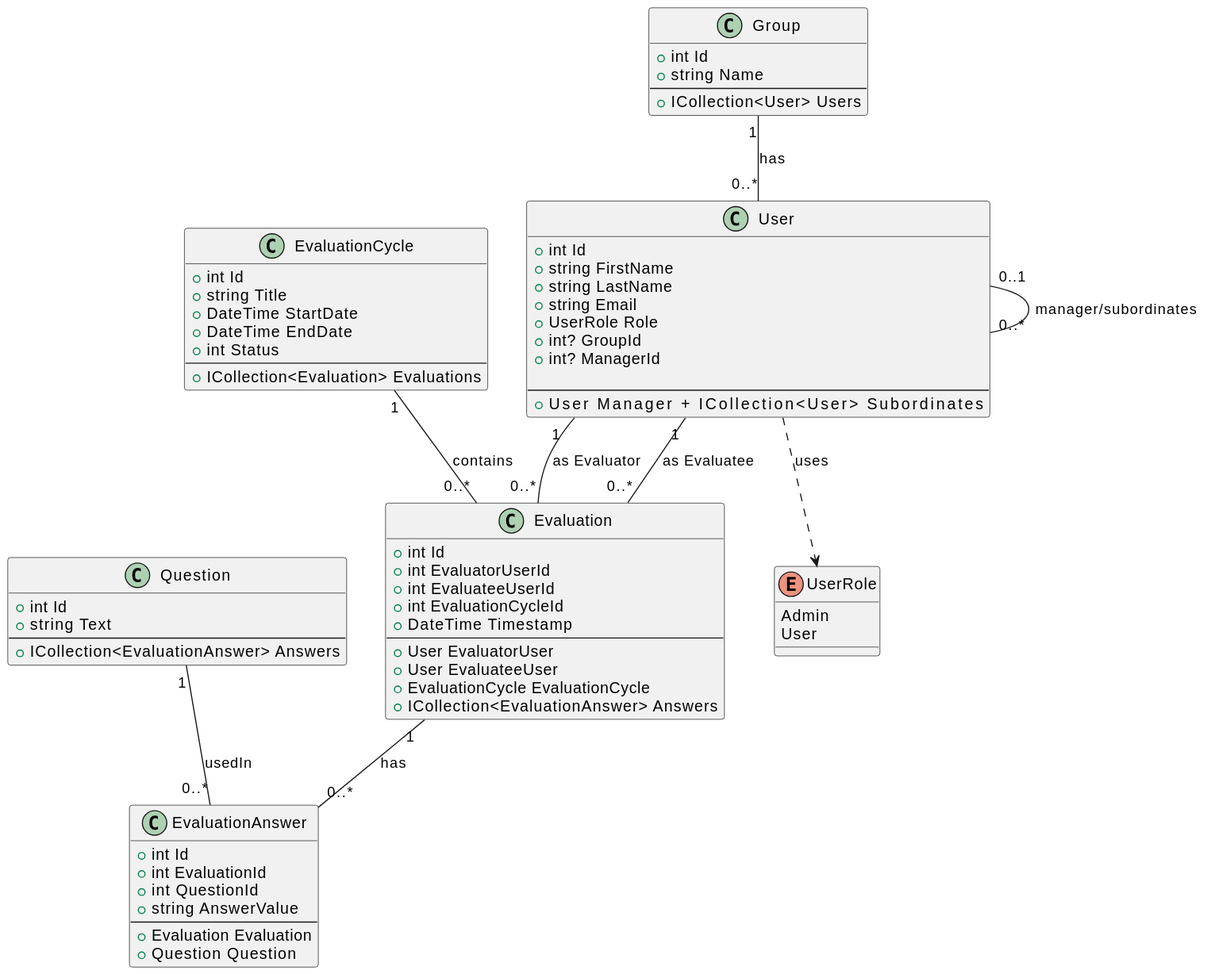
Before: DiagramsAndDocumentation/PeerEvalAppClassDiagram.svg, a diagram exported from PlantUML (KostasBar/PeerEvalApp).
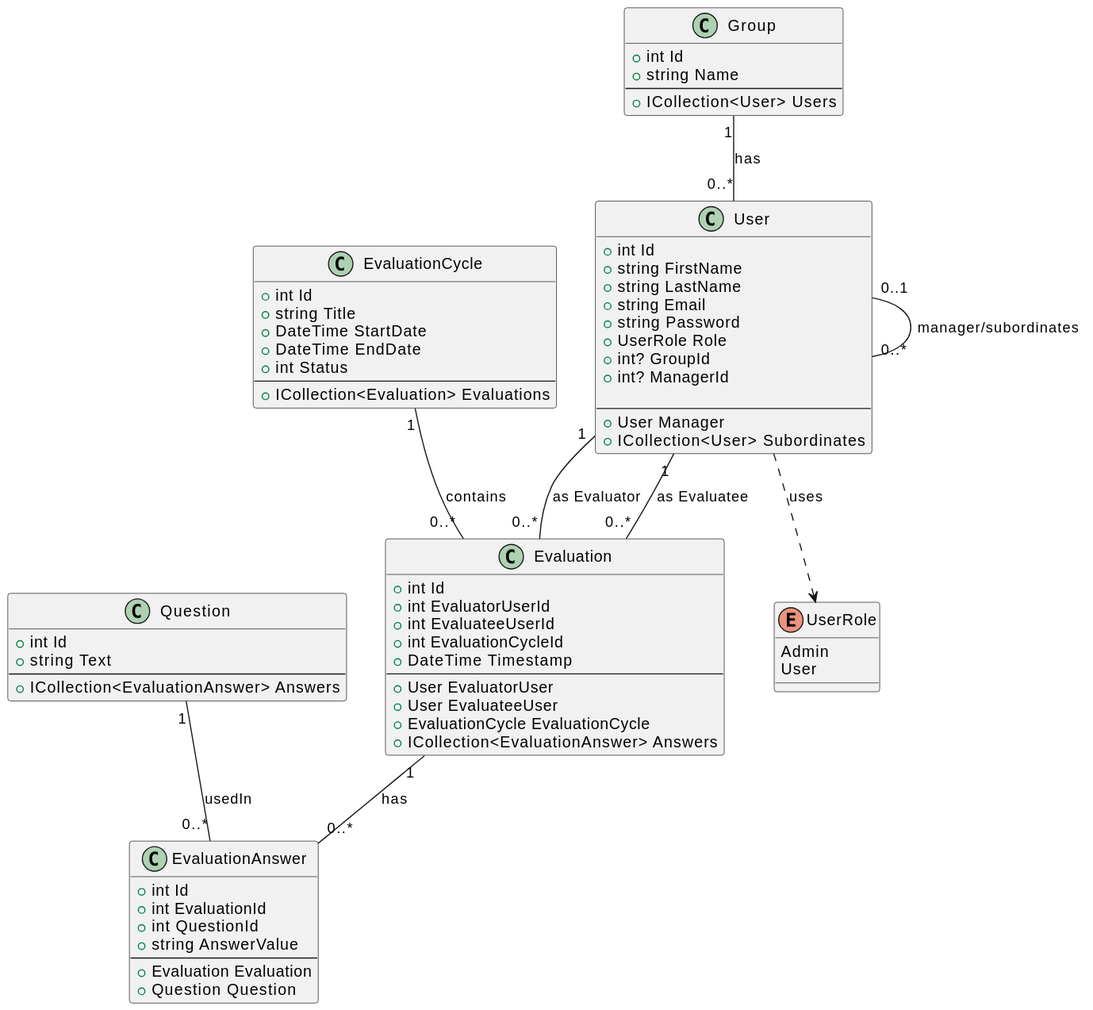
After the change.

Change to the diagram source:
```diff
@@ -9,12 +9,14 @@
   + string FirstName
   + string LastName
   + string Email
+  + string Password
   + UserRole Role
   + int? GroupId
   + int? ManagerId
 
   --
-  + User Manager              + ICollection<User> Subordinates
+  + User Manager
+  + ICollection<User> Subordinates
 }
 class Group {
   + int Id
```
